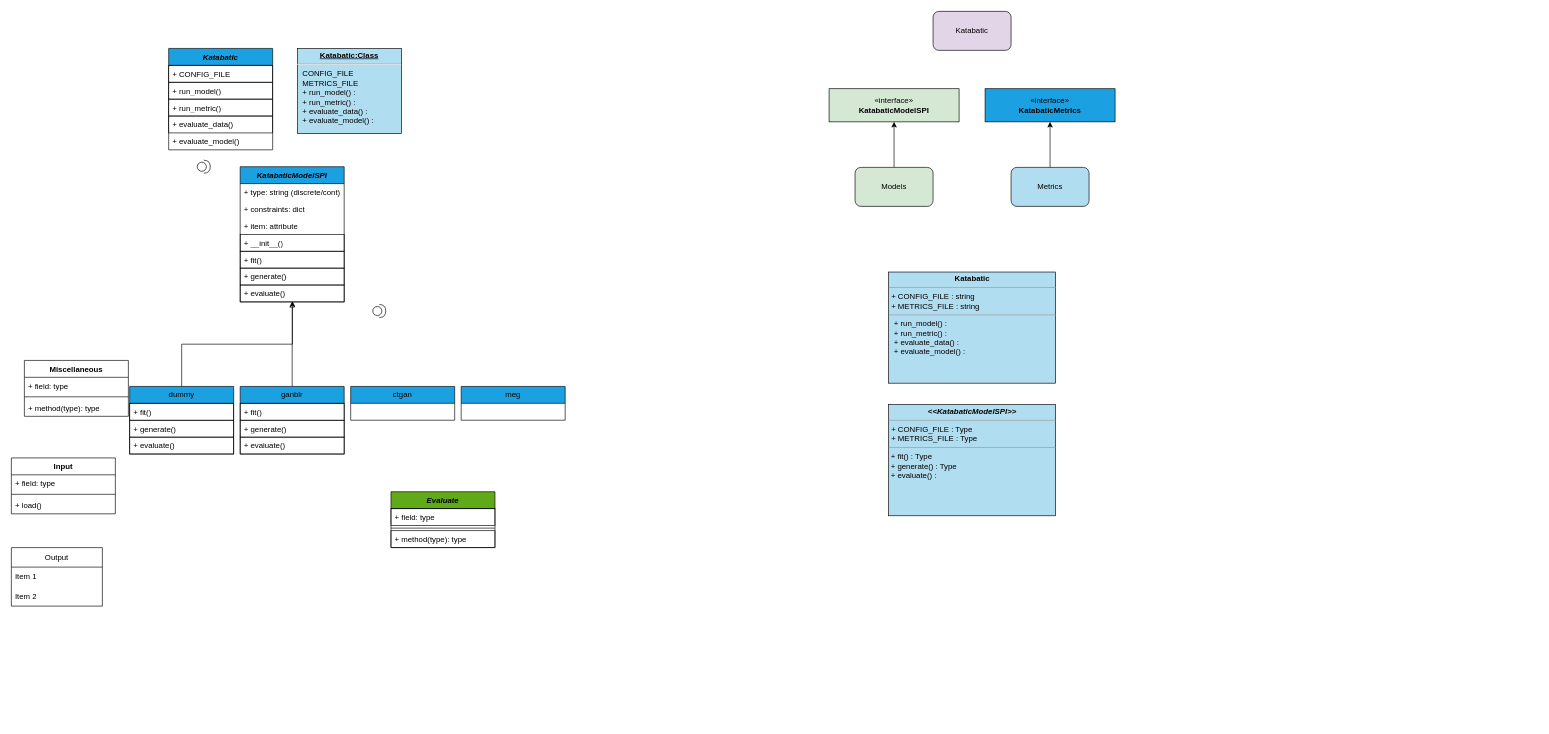
Above: Katabatic.drawio in dfatpnuk/katabatic (draw.io), before the change. Source tidied: cells renumbered, new cells numbered last; positions are measured from the earlier drawing's top-left corner, leaving out a move shared by most shapes. Both pictures are drawn from the tidied source at 65%, with x=0, y=0 at pixel (11, 11).
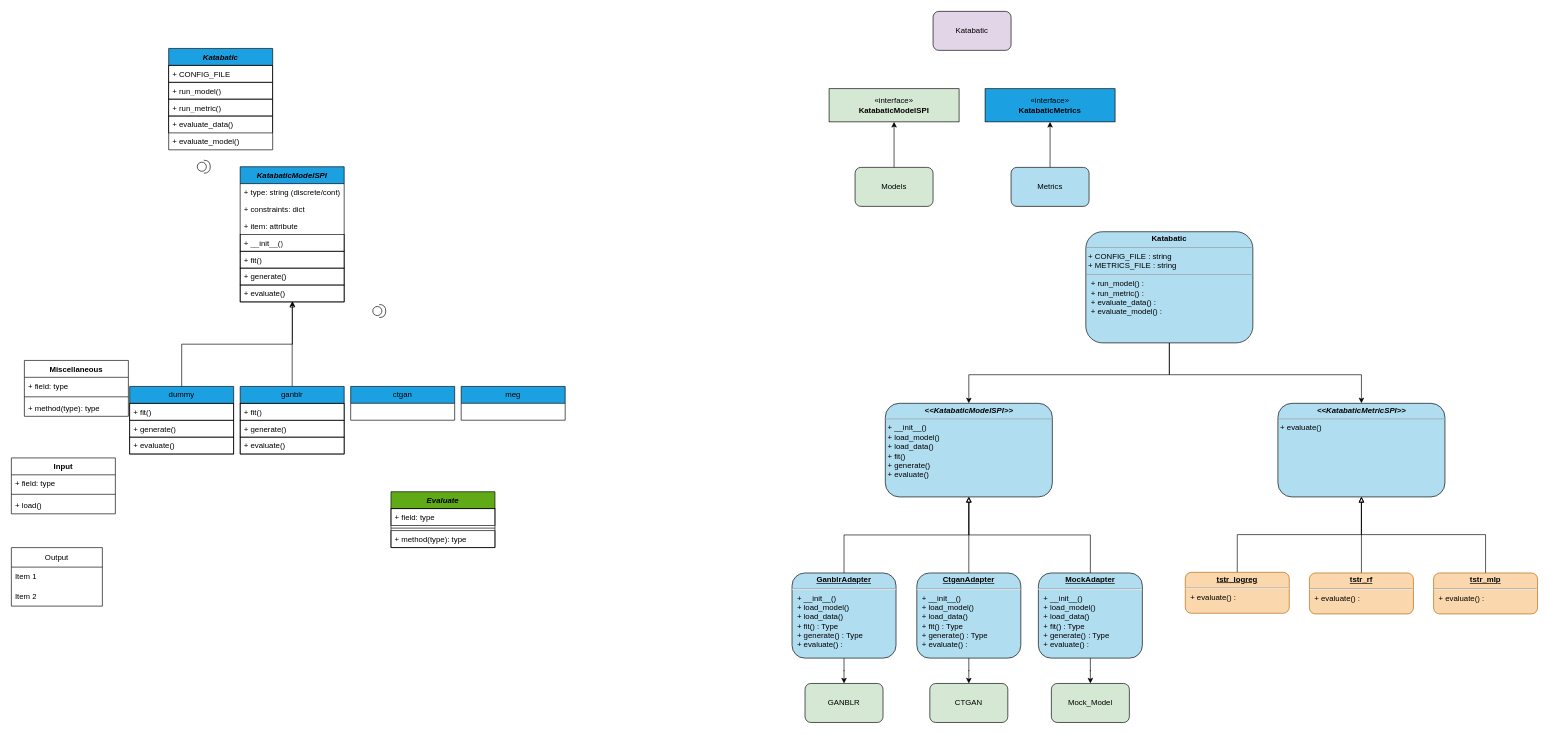
The same page after the edit.

The edit, as a diff of the source:
```diff
@@
+    <mxCell id="55" style="edgeStyle=orthogonalEdgeStyle;rounded=0;jettySize=auto;html=1;entryX=0.5;entryY=1;entryDx=0;entryDy=0;strokeColor=#000000;endArrow=block;endFill=0;" parent="1" edge="1" source="52" target="54">
+      <mxGeometry relative="1" as="geometry" />
+    </mxCell>
+    <mxCell id="56" style="edgeStyle=orthogonalEdgeStyle;rounded=0;jettySize=auto;html=1;entryX=0.5;entryY=0;entryDx=0;entryDy=0;strokeColor=#000000;" parent="1" edge="1" source="52" target="66">
+      <mxGeometry relative="1" as="geometry" />
+    </mxCell>
-    <mxCell id="52" value="&lt;p style=&quot;margin:0px;margin-top:4px;text-align:center;text-decoration:underline;&quot;&gt;&lt;b&gt;Katabatic:Class&lt;/b&gt;&lt;/p&gt;&lt;hr&gt;&lt;p style=&quot;margin:0px;margin-left:8px;&quot;&gt;CONFIG_FILE&lt;br&gt;METRICS_FILE&lt;br&gt;+ run_model() :&amp;nbsp;&lt;br&gt;&lt;/p&gt;&lt;p style=&quot;margin:0px;margin-left:8px;&quot;&gt;+ run_metric() :&amp;nbsp;&lt;br&gt;&lt;/p&gt;&lt;p style=&quot;margin:0px;margin-left:8px;&quot;&gt;+ evaluate_data() :&amp;nbsp;&lt;br&gt;&lt;/p&gt;&lt;p style=&quot;margin:0px;margin-left:8px;&quot;&gt;+ evaluate_model() :&amp;nbsp;&lt;br&gt;&lt;/p&gt;&lt;p style=&quot;margin:0px;margin-left:8px;&quot;&gt;&lt;br&gt;&lt;/p&gt;" style="verticalAlign=top;align=left;overflow=fill;fontSize=12;fontFamily=Helvetica;html=1;whiteSpace=wrap;fillColor=#b1ddf0;strokeColor=#000000;fontColor=#000000;" parent="1" vertex="1">
-      <mxGeometry x="440" y="57" width="160" height="131" as="geometry" />
+    <mxCell id="52" value="&lt;p style=&quot;margin:0px;margin-top:4px;text-align:center;text-decoration:underline;&quot;&gt;&lt;b&gt;GanblrAdapter&lt;/b&gt;&lt;/p&gt;&lt;hr&gt;&lt;p style=&quot;margin:0px;margin-left:8px;&quot;&gt;+ __init__()&lt;/p&gt;&lt;p style=&quot;margin:0px;margin-left:8px;&quot;&gt;+ load_model()&amp;nbsp;&lt;br&gt;+ load_data()&lt;br&gt;+ fit()&amp;nbsp;: Type&lt;br&gt;+ generate()&amp;nbsp;: Type&lt;br&gt;+ evaluate() :&amp;nbsp;&lt;br&gt;&lt;/p&gt;&lt;p style=&quot;margin:0px;margin-left:8px;&quot;&gt;&lt;br&gt;&lt;/p&gt;" style="verticalAlign=top;align=left;overflow=fill;fontSize=12;fontFamily=Helvetica;html=1;whiteSpace=wrap;fillColor=#b1ddf0;strokeColor=#000000;fontColor=#000000;rounded=1;" parent="1" vertex="1">
+      <mxGeometry x="1201" y="864" width="160" height="131" as="geometry" />
     </mxCell>
+    <mxCell id="57" style="edgeStyle=orthogonalEdgeStyle;rounded=0;jettySize=auto;html=1;entryX=0.5;entryY=0;entryDx=0;entryDy=0;strokeColor=#000000;" parent="1" edge="1" source="53" target="65">
+      <mxGeometry relative="1" as="geometry">
+        <Array as="points">
+          <mxPoint x="1781" y="559" />
+          <mxPoint x="2077" y="559" />
+        </Array>
+      </mxGeometry>
+    </mxCell>
+    <mxCell id="58" style="edgeStyle=orthogonalEdgeStyle;rounded=0;jettySize=auto;html=1;entryX=0.5;entryY=0;entryDx=0;entryDy=0;strokeColor=#000000;" parent="1" edge="1" source="53" target="54">
+      <mxGeometry relative="1" as="geometry">
+        <Array as="points">
+          <mxPoint x="1781" y="559" />
+          <mxPoint x="1473" y="559" />
+        </Array>
+      </mxGeometry>
+    </mxCell>
-    <mxCell id="53" value="&lt;p style=&quot;margin:0px;margin-top:4px;text-align:center;&quot;&gt;&lt;b&gt;Katabatic&lt;/b&gt;&lt;/p&gt;&lt;hr size=&quot;1&quot;&gt;&lt;p style=&quot;margin:0px;margin-left:4px;&quot;&gt;+ CONFIG_FILE : string&lt;br&gt;+ METRICS_FILE : string&lt;/p&gt;&lt;hr size=&quot;1&quot;&gt;&lt;p style=&quot;margin: 0px 0px 0px 8px;&quot;&gt;+ run_model() :&amp;nbsp;&lt;br&gt;&lt;/p&gt;&lt;p style=&quot;margin: 0px 0px 0px 8px;&quot;&gt;+ run_metric() :&amp;nbsp;&lt;br&gt;&lt;/p&gt;&lt;p style=&quot;margin: 0px 0px 0px 8px;&quot;&gt;+ evaluate_data() :&amp;nbsp;&lt;br&gt;&lt;/p&gt;&lt;p style=&quot;margin: 0px 0px 0px 8px;&quot;&gt;+ evaluate_model() :&amp;nbsp;&lt;br&gt;&lt;/p&gt;&lt;p style=&quot;margin: 0px 0px 0px 8px;&quot;&gt;&lt;br&gt;&lt;/p&gt;" style="verticalAlign=top;align=left;overflow=fill;fontSize=12;fontFamily=Helvetica;html=1;whiteSpace=wrap;fillColor=#b1ddf0;strokeColor=#000000;fontColor=#000000;" parent="1" vertex="1">
-      <mxGeometry x="1349.5" y="401" width="257" height="171" as="geometry" />
+    <mxCell id="53" value="&lt;p style=&quot;margin:0px;margin-top:4px;text-align:center;&quot;&gt;&lt;b&gt;Katabatic&lt;/b&gt;&lt;/p&gt;&lt;hr size=&quot;1&quot;&gt;&lt;p style=&quot;margin:0px;margin-left:4px;&quot;&gt;+ CONFIG_FILE : string&lt;br&gt;+ METRICS_FILE : string&lt;/p&gt;&lt;hr size=&quot;1&quot;&gt;&lt;p style=&quot;margin: 0px 0px 0px 8px;&quot;&gt;+ run_model() :&amp;nbsp;&lt;br&gt;&lt;/p&gt;&lt;p style=&quot;margin: 0px 0px 0px 8px;&quot;&gt;+ run_metric() :&amp;nbsp;&lt;br&gt;&lt;/p&gt;&lt;p style=&quot;margin: 0px 0px 0px 8px;&quot;&gt;+ evaluate_data() :&amp;nbsp;&lt;br&gt;&lt;/p&gt;&lt;p style=&quot;margin: 0px 0px 0px 8px;&quot;&gt;+ evaluate_model() :&amp;nbsp;&lt;br&gt;&lt;/p&gt;&lt;p style=&quot;margin: 0px 0px 0px 8px;&quot;&gt;&lt;br&gt;&lt;/p&gt;" style="verticalAlign=top;align=left;overflow=fill;fontSize=12;fontFamily=Helvetica;html=1;whiteSpace=wrap;fillColor=#b1ddf0;strokeColor=#000000;fontColor=#000000;rounded=1;" parent="1" vertex="1">
+      <mxGeometry x="1653" y="339" width="257" height="171" as="geometry" />
     </mxCell>
-    <mxCell id="54" value="&lt;p style=&quot;margin:0px;margin-top:4px;text-align:center;&quot;&gt;&lt;i&gt;&lt;b&gt;&amp;lt;&amp;lt;KatabaticModelSPI&amp;gt;&amp;gt;&lt;/b&gt;&lt;/i&gt;&lt;br&gt;&lt;/p&gt;&lt;hr size=&quot;1&quot;&gt;&lt;p style=&quot;margin:0px;margin-left:4px;&quot;&gt;+ CONFIG_FILE : Type&lt;br&gt;+ METRICS_FILE : Type&lt;/p&gt;&lt;hr size=&quot;1&quot;&gt;&amp;nbsp;+ fit()&amp;nbsp;&lt;span style=&quot;background-color: initial;&quot;&gt;: Type&lt;/span&gt;&lt;br&gt;&amp;nbsp;+ generate()&amp;nbsp;: Type&lt;br&gt;&amp;nbsp;+ evaluate() :&amp;nbsp;&lt;span style=&quot;background-color: initial;&quot;&gt;&lt;br&gt;&lt;/span&gt;" style="verticalAlign=top;align=left;overflow=fill;fontSize=12;fontFamily=Helvetica;html=1;whiteSpace=wrap;fillColor=#b1ddf0;strokeColor=#000000;fontColor=#000000;" parent="1" vertex="1">
-      <mxGeometry x="1349.5" y="605" width="257" height="171" as="geometry" />
+    <mxCell id="54" value="&lt;p style=&quot;margin:0px;margin-top:4px;text-align:center;&quot;&gt;&lt;i&gt;&lt;b&gt;&amp;lt;&amp;lt;KatabaticModelSPI&amp;gt;&amp;gt;&lt;/b&gt;&lt;/i&gt;&lt;/p&gt;&lt;hr size=&quot;1&quot;&gt;&amp;nbsp;+ __init__()&lt;br&gt;&amp;nbsp;+ load_model()&amp;nbsp;&lt;br&gt;&amp;nbsp;+ load_data()&lt;br&gt;&amp;nbsp;+ fit()&amp;nbsp;&lt;br&gt;&amp;nbsp;+ generate()&amp;nbsp;&lt;br&gt;&amp;nbsp;+ evaluate()&amp;nbsp;&lt;span style=&quot;background-color: initial;&quot;&gt;&lt;br&gt;&lt;/span&gt;" style="verticalAlign=top;align=left;overflow=fill;fontSize=12;fontFamily=Helvetica;html=1;whiteSpace=wrap;fillColor=#b1ddf0;strokeColor=#000000;fontColor=#000000;rounded=1;" parent="1" vertex="1">
+      <mxGeometry x="1344.5" y="603" width="257" height="144" as="geometry" />
     </mxCell>
+    <mxCell id="59" style="edgeStyle=orthogonalEdgeStyle;rounded=0;jettySize=auto;html=1;entryX=0.5;entryY=1;entryDx=0;entryDy=0;strokeColor=#000000;endArrow=block;endFill=0;" parent="1" edge="1" source="61" target="54">
+      <mxGeometry relative="1" as="geometry" />
+    </mxCell>
+    <mxCell id="60" style="edgeStyle=orthogonalEdgeStyle;rounded=0;jettySize=auto;html=1;entryX=0.5;entryY=0;entryDx=0;entryDy=0;strokeColor=#000000;" parent="1" edge="1" source="61" target="67">
+      <mxGeometry relative="1" as="geometry" />
+    </mxCell>
+    <mxCell id="61" value="&lt;p style=&quot;margin:0px;margin-top:4px;text-align:center;text-decoration:underline;&quot;&gt;&lt;b&gt;CtganAdapter&lt;/b&gt;&lt;/p&gt;&lt;hr&gt;&lt;p style=&quot;margin:0px;margin-left:8px;&quot;&gt;+ __init__()&lt;/p&gt;&lt;p style=&quot;margin:0px;margin-left:8px;&quot;&gt;+ load_model()&amp;nbsp;&lt;br&gt;+ load_data()&lt;br&gt;+ fit()&amp;nbsp;: Type&lt;br&gt;+ generate()&amp;nbsp;: Type&lt;br&gt;+ evaluate() :&amp;nbsp;&lt;br&gt;&lt;/p&gt;&lt;p style=&quot;margin:0px;margin-left:8px;&quot;&gt;&lt;br&gt;&lt;/p&gt;" style="verticalAlign=top;align=left;overflow=fill;fontSize=12;fontFamily=Helvetica;html=1;whiteSpace=wrap;fillColor=#b1ddf0;strokeColor=#000000;fontColor=#000000;rounded=1;" parent="1" vertex="1">
+      <mxGeometry x="1393" y="864" width="160" height="131" as="geometry" />
+    </mxCell>
+    <mxCell id="62" style="edgeStyle=orthogonalEdgeStyle;rounded=0;jettySize=auto;html=1;exitX=0.5;exitY=0;exitDx=0;exitDy=0;entryX=0.5;entryY=1;entryDx=0;entryDy=0;strokeColor=#000000;endArrow=block;endFill=0;" parent="1" edge="1" source="64" target="54">
+      <mxGeometry relative="1" as="geometry" />
+    </mxCell>
+    <mxCell id="63" style="edgeStyle=orthogonalEdgeStyle;rounded=0;jettySize=auto;html=1;entryX=0.5;entryY=0;entryDx=0;entryDy=0;strokeColor=#000000;" parent="1" edge="1" source="64" target="68">
+      <mxGeometry relative="1" as="geometry" />
+    </mxCell>
+    <mxCell id="64" value="&lt;p style=&quot;margin:0px;margin-top:4px;text-align:center;text-decoration:underline;&quot;&gt;&lt;b&gt;MockAdapter&lt;/b&gt;&lt;/p&gt;&lt;hr&gt;&lt;p style=&quot;margin:0px;margin-left:8px;&quot;&gt;+ __init__()&lt;/p&gt;&lt;p style=&quot;margin:0px;margin-left:8px;&quot;&gt;+ load_model()&amp;nbsp;&lt;br&gt;+ load_data()&lt;br&gt;+ fit()&amp;nbsp;: Type&lt;br&gt;+ generate()&amp;nbsp;: Type&lt;br&gt;+ evaluate() :&amp;nbsp;&lt;br&gt;&lt;/p&gt;&lt;p style=&quot;margin:0px;margin-left:8px;&quot;&gt;&lt;br&gt;&lt;/p&gt;" style="verticalAlign=top;align=left;overflow=fill;fontSize=12;fontFamily=Helvetica;html=1;whiteSpace=wrap;fillColor=#b1ddf0;strokeColor=#000000;fontColor=#000000;rounded=1;" parent="1" vertex="1">
+      <mxGeometry x="1580" y="864" width="160" height="131" as="geometry" />
+    </mxCell>
+    <mxCell id="65" value="&lt;p style=&quot;margin:0px;margin-top:4px;text-align:center;&quot;&gt;&lt;i&gt;&lt;b&gt;&amp;lt;&amp;lt;KatabaticMetricSPI&amp;gt;&amp;gt;&lt;/b&gt;&lt;/i&gt;&lt;/p&gt;&lt;hr size=&quot;1&quot;&gt;&amp;nbsp;+ evaluate()&amp;nbsp;&lt;span style=&quot;background-color: initial;&quot;&gt;&lt;br&gt;&lt;/span&gt;" style="verticalAlign=top;align=left;overflow=fill;fontSize=12;fontFamily=Helvetica;html=1;whiteSpace=wrap;fillColor=#b1ddf0;strokeColor=#000000;fontColor=#000000;rounded=1;" parent="1" vertex="1">
+      <mxGeometry x="1948.5" y="603" width="257" height="144" as="geometry" />
+    </mxCell>
+    <mxCell id="66" value="GANBLR" style="rounded=1;whiteSpace=wrap;html=1;fillColor=#d5e8d4;strokeColor=#000000;fontColor=#000000;" parent="1" vertex="1">
+      <mxGeometry x="1221" y="1034" width="120" height="60" as="geometry" />
+    </mxCell>
+    <mxCell id="67" value="CTGAN" style="rounded=1;whiteSpace=wrap;html=1;fillColor=#d5e8d4;strokeColor=#000000;fontColor=#000000;" parent="1" vertex="1">
+      <mxGeometry x="1413" y="1034" width="120" height="60" as="geometry" />
+    </mxCell>
+    <mxCell id="68" value="Mock_Model" style="rounded=1;whiteSpace=wrap;html=1;fillColor=#d5e8d4;strokeColor=#000000;fontColor=#000000;" parent="1" vertex="1">
+      <mxGeometry x="1600" y="1034" width="120" height="60" as="geometry" />
+    </mxCell>
+    <mxCell id="69" style="edgeStyle=orthogonalEdgeStyle;rounded=0;jettySize=auto;html=1;entryX=0.5;entryY=1;entryDx=0;entryDy=0;strokeColor=#000000;endArrow=block;endFill=0;" parent="1" edge="1" source="70" target="65">
+      <mxGeometry relative="1" as="geometry" />
+    </mxCell>
+    <mxCell id="70" value="&lt;p style=&quot;margin:0px;margin-top:4px;text-align:center;text-decoration:underline;&quot;&gt;&lt;b&gt;tstr_logreg&lt;/b&gt;&lt;/p&gt;&lt;hr&gt;&lt;p style=&quot;margin:0px;margin-left:8px;&quot;&gt;&lt;span style=&quot;background-color: initial;&quot;&gt;+ evaluate() :&amp;nbsp;&lt;/span&gt;&lt;/p&gt;&lt;p style=&quot;margin:0px;margin-left:8px;&quot;&gt;&lt;br&gt;&lt;/p&gt;" style="verticalAlign=top;align=left;overflow=fill;fontSize=12;fontFamily=Helvetica;html=1;whiteSpace=wrap;fillColor=#fad7ac;strokeColor=#b46504;rounded=1;fontColor=#000000;" parent="1" vertex="1">
+      <mxGeometry x="1806" y="863" width="160" height="63" as="geometry" />
+    </mxCell>
+    <mxCell id="71" style="edgeStyle=orthogonalEdgeStyle;rounded=0;jettySize=auto;html=1;entryX=0.5;entryY=1;entryDx=0;entryDy=0;strokeColor=#000000;endArrow=block;endFill=0;" parent="1" edge="1" source="72" target="65">
+      <mxGeometry relative="1" as="geometry" />
+    </mxCell>
+    <mxCell id="72" value="&lt;p style=&quot;margin:0px;margin-top:4px;text-align:center;text-decoration:underline;&quot;&gt;&lt;b&gt;tstr_rf&lt;/b&gt;&lt;/p&gt;&lt;hr&gt;&lt;p style=&quot;margin:0px;margin-left:8px;&quot;&gt;&lt;span style=&quot;background-color: initial;&quot;&gt;+ evaluate() :&amp;nbsp;&lt;/span&gt;&lt;/p&gt;&lt;p style=&quot;margin:0px;margin-left:8px;&quot;&gt;&lt;br&gt;&lt;/p&gt;" style="verticalAlign=top;align=left;overflow=fill;fontSize=12;fontFamily=Helvetica;html=1;whiteSpace=wrap;fillColor=#fad7ac;strokeColor=#b46504;rounded=1;fontColor=#000000;" parent="1" vertex="1">
+      <mxGeometry x="1997" y="864" width="160" height="63" as="geometry" />
+    </mxCell>
+    <mxCell id="73" style="edgeStyle=orthogonalEdgeStyle;rounded=0;jettySize=auto;html=1;entryX=0.5;entryY=1;entryDx=0;entryDy=0;strokeColor=#000000;endArrow=block;endFill=0;" parent="1" edge="1" source="74" target="65">
+      <mxGeometry relative="1" as="geometry">
+        <Array as="points">
+          <mxPoint x="2268" y="805" />
+          <mxPoint x="2077" y="805" />
+        </Array>
+      </mxGeometry>
+    </mxCell>
+    <mxCell id="74" value="&lt;p style=&quot;margin:0px;margin-top:4px;text-align:center;text-decoration:underline;&quot;&gt;&lt;b&gt;tstr_mlp&lt;/b&gt;&lt;/p&gt;&lt;hr&gt;&lt;p style=&quot;margin:0px;margin-left:8px;&quot;&gt;&lt;span style=&quot;background-color: initial;&quot;&gt;+ evaluate() :&amp;nbsp;&lt;/span&gt;&lt;/p&gt;&lt;p style=&quot;margin:0px;margin-left:8px;&quot;&gt;&lt;br&gt;&lt;/p&gt;" style="verticalAlign=top;align=left;overflow=fill;fontSize=12;fontFamily=Helvetica;html=1;whiteSpace=wrap;fillColor=#fad7ac;strokeColor=#b46504;rounded=1;fontColor=#000000;" parent="1" vertex="1">
+      <mxGeometry x="2188" y="864" width="160" height="63" as="geometry" />
+    </mxCell>
```
